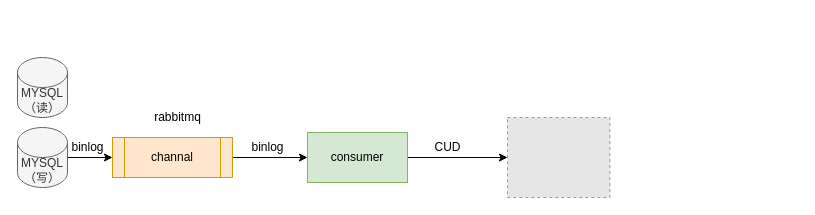
Earlier version of the draw.io diagram page "Page-1" (1 of 2) of Untitled Diagram.drawio (sensezhang/draw). Source tidied: cells renumbered, new cells numbered last; positions are measured from the earlier drawing's top-left corner, leaving out a move shared by most shapes. Both pictures are drawn from the tidied source at 100%, with x=0, y=0 at pixel (17, 57). Pictures stored in the file or linked from it are replaced by grey dashed boxes.
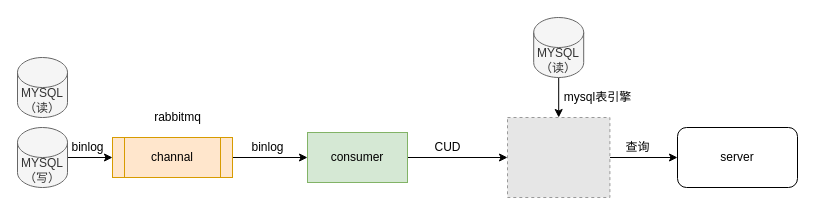
After the change.

What changed in the source:
```diff
@@
 <mxGraphModel>
   <root>
     <mxCell id="0" />
     <mxCell id="1" parent="0" />
     <mxCell id="2" style="edgeStyle=orthogonalEdgeStyle;rounded=0;jettySize=auto;html=1;" parent="1" edge="1" source="3" target="6">
       <mxGeometry relative="1" as="geometry" />
     </mxCell>
     <mxCell id="3" value="MYSQL（写）" style="shape=cylinder3;whiteSpace=wrap;html=1;boundedLbl=1;backgroundOutline=1;size=15;fillColor=#f5f5f5;strokeColor=#666666;fontColor=#333333;" parent="1" vertex="1">
       <mxGeometry y="70" width="50" height="60" as="geometry" />
     </mxCell>
     <mxCell id="4" value="MYSQL（读）" style="shape=cylinder3;whiteSpace=wrap;html=1;boundedLbl=1;backgroundOutline=1;size=15;fillColor=#f5f5f5;strokeColor=#666666;fontColor=#333333;" parent="1" vertex="1">
       <mxGeometry width="50" height="60" as="geometry" />
     </mxCell>
     <mxCell id="5" style="edgeStyle=orthogonalEdgeStyle;rounded=0;jettySize=auto;html=1;" parent="1" edge="1" source="6" target="10">
       <mxGeometry relative="1" as="geometry" />
     </mxCell>
     <mxCell id="6" value="channal" style="shape=process;whiteSpace=wrap;html=1;backgroundOutline=1;fillColor=#ffe6cc;strokeColor=#d79b00;" parent="1" vertex="1">
       <mxGeometry x="95" y="80" width="120" height="40" as="geometry" />
     </mxCell>
     <mxCell id="7" value="binlog" style="text;html=1;align=center;verticalAlign=middle;" parent="1" vertex="1">
       <mxGeometry x="45" y="80" width="50" height="20" as="geometry" />
     </mxCell>
     <mxCell id="8" value="rabbitmq" style="text;html=1;align=center;verticalAlign=middle;" parent="1" vertex="1">
       <mxGeometry x="130" y="50" width="60" height="20" as="geometry" />
     </mxCell>
     <mxCell id="9" style="edgeStyle=orthogonalEdgeStyle;rounded=0;jettySize=auto;html=1;" parent="1" edge="1" source="10" target="11">
       <mxGeometry relative="1" as="geometry" />
     </mxCell>
     <mxCell id="10" value="consumer" style="whiteSpace=wrap;html=1;fillColor=#d5e8d4;strokeColor=#82b366;" parent="1" vertex="1">
       <mxGeometry x="290" y="75" width="100" height="50" as="geometry" />
     </mxCell>
+    <mxCell id="14" style="edgeStyle=orthogonalEdgeStyle;rounded=0;jettySize=auto;html=1;" parent="1" edge="1" source="11" target="17">
+      <mxGeometry relative="1" as="geometry" />
+    </mxCell>
     <mxCell id="11" style="fillColor=#E6E6E6;strokeColor=#999999;dashed=1;verticalLabelPosition=bottom;labelBackgroundColor=#ffffff;verticalAlign=top;" parent="1" vertex="1">
       <mxGeometry x="490" y="60" width="102.4" height="80" as="geometry" />
     </mxCell>
     <mxCell id="12" value="CUD" style="text;html=1;align=center;verticalAlign=middle;" parent="1" vertex="1">
       <mxGeometry x="410" y="80" width="40" height="20" as="geometry" />
     </mxCell>
     <mxCell id="13" value="binlog" style="text;html=1;align=center;verticalAlign=middle;" parent="1" vertex="1">
       <mxGeometry x="225" y="80" width="50" height="20" as="geometry" />
     </mxCell>
+    <mxCell id="15" style="edgeStyle=orthogonalEdgeStyle;rounded=0;jettySize=auto;html=1;" parent="1" edge="1" source="16" target="11">
+      <mxGeometry relative="1" as="geometry" />
+    </mxCell>
+    <mxCell id="16" value="MYSQL（读）" style="shape=cylinder3;whiteSpace=wrap;html=1;boundedLbl=1;backgroundOutline=1;size=15;fillColor=#f5f5f5;strokeColor=#666666;fontColor=#333333;" parent="1" vertex="1">
+      <mxGeometry x="516.2" y="-40" width="50" height="60" as="geometry" />
+    </mxCell>
+    <mxCell id="17" value="server" style="rounded=1;whiteSpace=wrap;html=1;" parent="1" vertex="1">
+      <mxGeometry x="660" y="70" width="120" height="60" as="geometry" />
+    </mxCell>
+    <mxCell id="18" value="mysql表引擎" style="text;html=1;align=center;verticalAlign=middle;" parent="1" vertex="1">
+      <mxGeometry x="540" y="30" width="80" height="20" as="geometry" />
+    </mxCell>
+    <mxCell id="19" value="查询" style="text;html=1;align=center;verticalAlign=middle;" parent="1" vertex="1">
+      <mxGeometry x="600" y="80" width="40" height="20" as="geometry" />
+    </mxCell>
   </root>
 </mxGraphModel>
```
